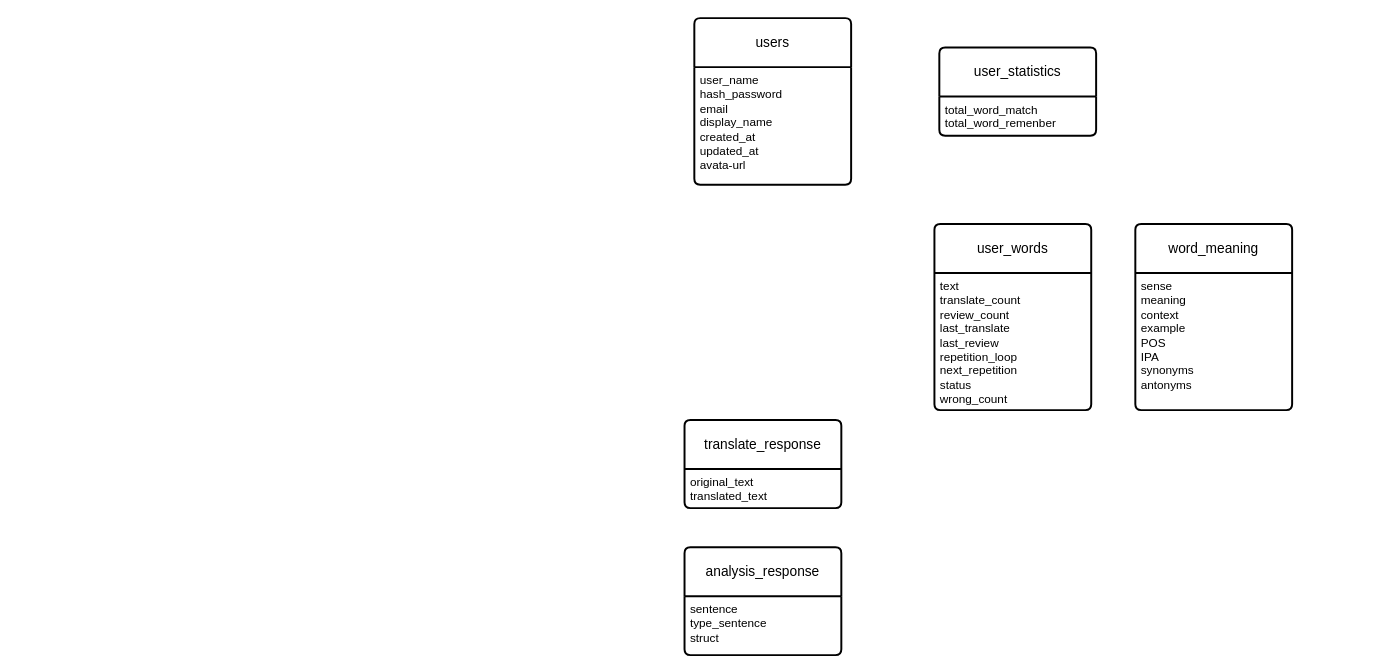
Earlier version of the draw.io diagram page "Page-2" (2 of 2) of system-design/uc-dia.drawio (74Senpai/translate-study-project). Source tidied: cells renumbered, new cells numbered last; positions are measured from the earlier drawing's top-left corner, leaving out a move shared by most shapes. Both pictures are drawn from the tidied source at 98%, with x=0, y=0 at pixel (684, 18).
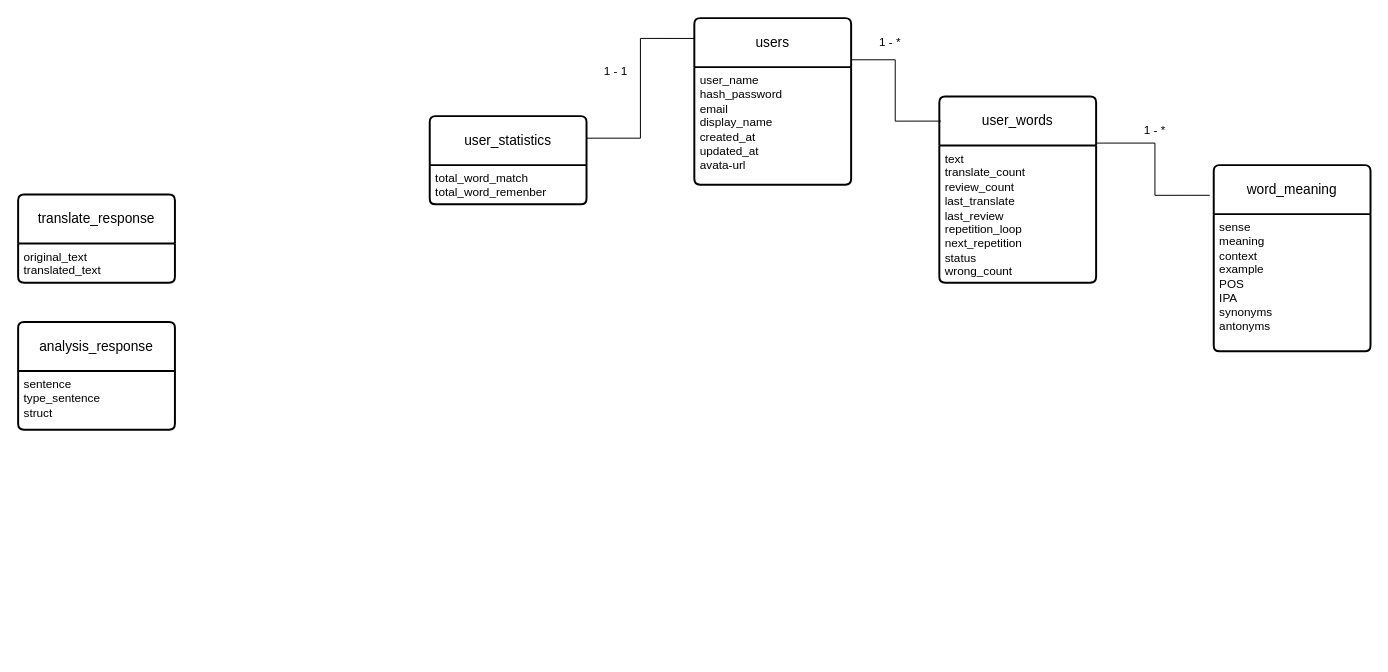
After the change.

Diff of the diagram source:
```diff
@@
 <mxGraphModel>
   <root>
     <mxCell id="0" />
     <mxCell id="1" parent="0" />
     <mxCell id="2" value="users" style="swimlane;horizontal=1;startSize=50;rounded=1;fontSize=14;fontStyle=0;strokeWidth=2;shadow=0;dashed=0;align=center;arcSize=4;whiteSpace=wrap;html=1;" parent="1" vertex="1">
       <mxGeometry x="10" width="160" height="170" as="geometry" />
     </mxCell>
     <mxCell id="3" value="user_name&lt;div&gt;hash_password&lt;/div&gt;&lt;div&gt;email&lt;/div&gt;&lt;div&gt;display_name&lt;/div&gt;&lt;div&gt;created_at&lt;/div&gt;&lt;div&gt;updated_at&lt;/div&gt;&lt;div&gt;avata-url&lt;/div&gt;" style="align=left;strokeColor=none;fillColor=none;spacingLeft=4;spacingRight=4;fontSize=12;verticalAlign=top;html=1;whiteSpace=wrap;" parent="2" vertex="1">
       <mxGeometry y="50" width="160" height="120" as="geometry" />
     </mxCell>
     <mxCell id="4" value="user_statistics" style="swimlane;horizontal=1;startSize=50;rounded=1;fontSize=14;fontStyle=0;strokeWidth=2;shadow=0;dashed=0;align=center;arcSize=4;whiteSpace=wrap;html=1;" parent="1" vertex="1">
-      <mxGeometry x="260" y="30" width="160" height="90" as="geometry" />
+      <mxGeometry x="-260" y="100" width="160" height="90" as="geometry" />
     </mxCell>
     <mxCell id="5" value="total_word_match&lt;div&gt;total_word_remenber&lt;/div&gt;" style="align=left;strokeColor=none;fillColor=none;spacingLeft=4;spacingRight=4;fontSize=12;verticalAlign=top;html=1;whiteSpace=wrap;" parent="4" vertex="1">
       <mxGeometry y="50" width="160" height="40" as="geometry" />
     </mxCell>
     <mxCell id="6" value="user_words" style="swimlane;horizontal=1;startSize=50;rounded=1;fontSize=14;fontStyle=0;strokeWidth=2;shadow=0;dashed=0;align=center;arcSize=4;whiteSpace=wrap;html=1;" parent="1" vertex="1">
-      <mxGeometry x="255" y="210" width="160" height="190" as="geometry" />
+      <mxGeometry x="260" y="80" width="160" height="190" as="geometry" />
     </mxCell>
     <mxCell id="7" value="&lt;div&gt;text&lt;/div&gt;&lt;div&gt;translate_count&lt;/div&gt;&lt;div&gt;review_count&lt;/div&gt;&lt;div&gt;last_translate&lt;/div&gt;&lt;div&gt;last_review&lt;/div&gt;&lt;div&gt;repetition_loop&lt;/div&gt;&lt;div&gt;next_repetition&lt;/div&gt;&lt;div&gt;status&lt;/div&gt;&lt;div&gt;wrong_count&lt;/div&gt;" style="align=left;strokeColor=none;fillColor=none;spacingLeft=4;spacingRight=4;fontSize=12;verticalAlign=top;html=1;whiteSpace=wrap;" parent="6" vertex="1">
       <mxGeometry y="50" width="160" height="140" as="geometry" />
     </mxCell>
     <mxCell id="8" value="word_meaning" style="swimlane;horizontal=1;startSize=50;rounded=1;fontSize=14;fontStyle=0;strokeWidth=2;shadow=0;dashed=0;align=center;arcSize=4;whiteSpace=wrap;html=1;" parent="1" vertex="1">
-      <mxGeometry x="460" y="210" width="160" height="190" as="geometry" />
+      <mxGeometry x="540" y="150" width="160" height="190" as="geometry" />
     </mxCell>
     <mxCell id="9" value="sense&lt;div&gt;meaning&lt;/div&gt;&lt;div&gt;context&lt;/div&gt;&lt;div&gt;example&lt;/div&gt;&lt;div&gt;POS&lt;/div&gt;&lt;div&gt;IPA&lt;/div&gt;&lt;div&gt;synonyms&lt;/div&gt;&lt;div&gt;antonyms&lt;/div&gt;" style="align=left;strokeColor=none;fillColor=none;spacingLeft=4;spacingRight=4;fontSize=12;verticalAlign=top;html=1;whiteSpace=wrap;" parent="8" vertex="1">
       <mxGeometry y="50" width="160" height="140" as="geometry" />
     </mxCell>
     <mxCell id="10" value="translate_response" style="swimlane;horizontal=1;startSize=50;rounded=1;fontSize=14;fontStyle=0;strokeWidth=2;shadow=0;dashed=0;align=center;arcSize=4;whiteSpace=wrap;html=1;" parent="1" vertex="1">
-      <mxGeometry y="410" width="160" height="90" as="geometry" />
+      <mxGeometry x="-680" y="180" width="160" height="90" as="geometry" />
     </mxCell>
     <mxCell id="11" value="original_text&lt;div&gt;translated_text&lt;/div&gt;" style="align=left;strokeColor=none;fillColor=none;spacingLeft=4;spacingRight=4;fontSize=12;verticalAlign=top;html=1;whiteSpace=wrap;" parent="10" vertex="1">
       <mxGeometry y="50" width="160" height="40" as="geometry" />
     </mxCell>
     <mxCell id="12" value="analysis_response" style="swimlane;horizontal=1;startSize=50;rounded=1;fontSize=14;fontStyle=0;strokeWidth=2;shadow=0;dashed=0;align=center;arcSize=4;whiteSpace=wrap;html=1;" parent="1" vertex="1">
-      <mxGeometry y="540" width="160" height="110" as="geometry" />
+      <mxGeometry x="-680" y="310" width="160" height="110" as="geometry" />
     </mxCell>
     <mxCell id="13" value="sentence&lt;div&gt;type_sentence&lt;/div&gt;&lt;div&gt;struct&lt;/div&gt;" style="align=left;strokeColor=none;fillColor=none;spacingLeft=4;spacingRight=4;fontSize=12;verticalAlign=top;html=1;whiteSpace=wrap;" parent="12" vertex="1">
       <mxGeometry y="50" width="160" height="60" as="geometry" />
     </mxCell>
+    <mxCell id="14" style="edgeStyle=orthogonalEdgeStyle;rounded=0;jettySize=auto;html=1;exitX=1;exitY=0.25;exitDx=0;exitDy=0;entryX=0.01;entryY=0.132;entryDx=0;entryDy=0;entryPerimeter=0;endArrow=none;endFill=0;" parent="1" edge="1" source="2" target="6">
+      <mxGeometry relative="1" as="geometry" />
+    </mxCell>
+    <mxCell id="15" style="edgeStyle=orthogonalEdgeStyle;rounded=0;jettySize=auto;html=1;exitX=1;exitY=0.25;exitDx=0;exitDy=0;entryX=-0.025;entryY=0.162;entryDx=0;entryDy=0;entryPerimeter=0;endArrow=none;endFill=0;" parent="1" edge="1" source="6" target="8">
+      <mxGeometry relative="1" as="geometry" />
+    </mxCell>
+    <mxCell id="16" style="edgeStyle=orthogonalEdgeStyle;rounded=0;jettySize=auto;html=1;exitX=1;exitY=0.25;exitDx=0;exitDy=0;entryX=0;entryY=0.122;entryDx=0;entryDy=0;entryPerimeter=0;endArrow=none;endFill=0;" parent="1" edge="1" source="4" target="2">
+      <mxGeometry relative="1" as="geometry" />
+    </mxCell>
+    <mxCell id="17" value="1 - 1" style="text;html=1;whiteSpace=wrap;strokeColor=none;fillColor=none;align=center;verticalAlign=middle;rounded=0;" parent="1" vertex="1">
+      <mxGeometry x="-100" y="40" width="60" height="30" as="geometry" />
+    </mxCell>
+    <mxCell id="18" value="1 - *" style="text;html=1;whiteSpace=wrap;strokeColor=none;fillColor=none;align=center;verticalAlign=middle;rounded=0;" parent="1" vertex="1">
+      <mxGeometry x="180" y="10" width="60" height="30" as="geometry" />
+    </mxCell>
+    <mxCell id="19" value="1 - *" style="text;html=1;whiteSpace=wrap;strokeColor=none;fillColor=none;align=center;verticalAlign=middle;rounded=0;" parent="1" vertex="1">
+      <mxGeometry x="450" y="100" width="60" height="30" as="geometry" />
+    </mxCell>
   </root>
 </mxGraphModel>
```
